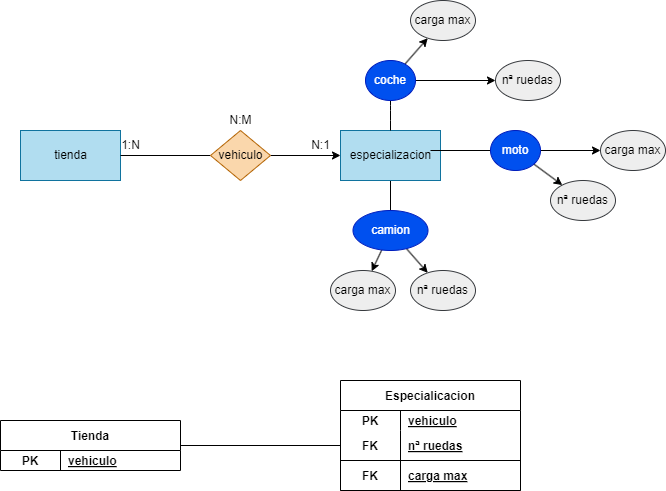
This is BAE/Tareas/Unidad2/Images/Ejercicio18.drawio.png from ResetMeNow/DAW, a draw.io export, as it was before one commit. Source tidied: cells renumbered, new cells last; positions are measured from the earlier drawing's top-left corner, leaving out a move shared by most shapes. The source it was exported from:
```xml
<mxGraphModel>
  <root>
    <mxCell id="0" />
    <mxCell id="1" parent="0" />
    <mxCell id="2" value="Especialicacion" style="shape=table;startSize=30;rowLines=0;fontStyle=1;align=center;" parent="1" vertex="1">
      <mxGeometry x="340" y="380" width="180" height="110" as="geometry" />
    </mxCell>
    <mxCell id="3" style="shape=tableRow;horizontal=0;startSize=0;swimlaneHead=0;swimlaneBody=0;fillColor=none;top=0;left=0;right=0;bottom=0;" parent="2" vertex="1">
      <mxGeometry y="30" width="180" height="20" as="geometry" />
    </mxCell>
    <mxCell id="4" value="PK" style="shape=partialRectangle;fillColor=none;top=0;left=0;bottom=0;right=0;fontStyle=1;overflow=hidden;" parent="3" vertex="1">
      <mxGeometry width="60" height="20" as="geometry" />
    </mxCell>
    <mxCell id="5" value="vehiculo" style="shape=partialRectangle;fillColor=none;top=0;left=0;bottom=0;right=0;align=left;spacingLeft=6;fontStyle=5;overflow=hidden;" parent="3" vertex="1">
      <mxGeometry x="60" width="120" height="20" as="geometry" />
    </mxCell>
    <mxCell id="6" style="shape=tableRow;horizontal=0;startSize=0;swimlaneHead=0;swimlaneBody=0;fillColor=none;points=[[0,0.5],[1,0.5]];portConstraint=eastwest;top=0;left=0;right=0;bottom=1;" parent="2" vertex="1">
      <mxGeometry y="50" width="180" height="30" as="geometry" />
    </mxCell>
    <mxCell id="7" value="FK" style="shape=partialRectangle;fillColor=none;top=0;left=0;bottom=0;right=0;fontStyle=1;overflow=hidden;" parent="6" vertex="1">
      <mxGeometry width="60" height="30" as="geometry" />
    </mxCell>
    <mxCell id="8" value="nª ruedas" style="shape=partialRectangle;fillColor=none;top=0;left=0;bottom=0;right=0;align=left;spacingLeft=6;fontStyle=5;overflow=hidden;" parent="6" vertex="1">
      <mxGeometry x="60" width="120" height="30" as="geometry" />
    </mxCell>
    <mxCell id="9" style="shape=tableRow;horizontal=0;startSize=0;swimlaneHead=0;swimlaneBody=0;fillColor=none;top=0;left=0;right=0;bottom=1;" parent="2" vertex="1">
      <mxGeometry y="80" width="180" height="30" as="geometry" />
    </mxCell>
    <mxCell id="10" value="FK" style="shape=partialRectangle;fillColor=none;top=0;left=0;bottom=0;right=0;fontStyle=1;overflow=hidden;" parent="9" vertex="1">
      <mxGeometry width="60" height="30" as="geometry" />
    </mxCell>
    <mxCell id="11" value="carga max" style="shape=partialRectangle;fillColor=none;top=0;left=0;bottom=0;right=0;align=left;spacingLeft=6;fontStyle=5;overflow=hidden;" parent="9" vertex="1">
      <mxGeometry x="60" width="120" height="30" as="geometry" />
    </mxCell>
    <mxCell id="12" value="tienda" style="html=1;dashed=0;whitespace=wrap;fillColor=#b1ddf0;strokeColor=#10739e;" parent="1" vertex="1">
      <mxGeometry x="20" y="130" width="100" height="50" as="geometry" />
    </mxCell>
    <mxCell id="13" style="edgeStyle=none;html=1;endArrow=none;endFill=0;" parent="1" edge="1" source="14" target="31">
      <mxGeometry relative="1" as="geometry" />
    </mxCell>
    <mxCell id="14" value="especializacion" style="html=1;dashed=0;whitespace=wrap;fillColor=#b1ddf0;strokeColor=#10739e;" parent="1" vertex="1">
      <mxGeometry x="340" y="130" width="100" height="50" as="geometry" />
    </mxCell>
    <mxCell id="15" style="edgeStyle=none;html=1;entryX=0;entryY=0.5;entryDx=0;entryDy=0;endArrow=classic;endFill=1;" parent="1" edge="1" source="17" target="14">
      <mxGeometry relative="1" as="geometry" />
    </mxCell>
    <mxCell id="16" style="edgeStyle=none;html=1;entryX=1;entryY=0.5;entryDx=0;entryDy=0;endArrow=none;endFill=0;" parent="1" edge="1" source="17" target="12">
      <mxGeometry relative="1" as="geometry" />
    </mxCell>
    <mxCell id="17" value="vehiculo" style="shape=rhombus;html=1;dashed=0;whitespace=wrap;perimeter=rhombusPerimeter;fillColor=#fad7ac;strokeColor=#b46504;" parent="1" vertex="1">
      <mxGeometry x="210" y="130" width="60" height="50" as="geometry" />
    </mxCell>
    <mxCell id="18" value="1:N" style="text;html=1;align=center;verticalAlign=middle;strokeColor=none;fillColor=none;" parent="1" vertex="1">
      <mxGeometry x="110" y="130" width="40" height="30" as="geometry" />
    </mxCell>
    <mxCell id="19" value="N:1" style="text;html=1;align=center;verticalAlign=middle;strokeColor=none;fillColor=none;" parent="1" vertex="1">
      <mxGeometry x="300" y="130" width="40" height="30" as="geometry" />
    </mxCell>
    <mxCell id="20" value="N:M" style="text;html=1;align=center;verticalAlign=middle;strokeColor=none;fillColor=none;" parent="1" vertex="1">
      <mxGeometry x="215" y="105" width="50" height="30" as="geometry" />
    </mxCell>
    <mxCell id="21" style="edgeStyle=none;html=1;entryX=0.9;entryY=0.4;entryDx=0;entryDy=0;entryPerimeter=0;endArrow=none;endFill=0;" parent="1" edge="1" source="24" target="14">
      <mxGeometry relative="1" as="geometry" />
    </mxCell>
    <mxCell id="22" style="edgeStyle=none;html=1;endArrow=classic;endFill=1;" parent="1" edge="1" source="24" target="34">
      <mxGeometry relative="1" as="geometry" />
    </mxCell>
    <mxCell id="23" style="edgeStyle=none;html=1;endArrow=classic;endFill=1;" parent="1" edge="1" source="24" target="35">
      <mxGeometry relative="1" as="geometry" />
    </mxCell>
    <mxCell id="24" value="moto" style="ellipse;whiteSpace=wrap;html=1;align=center;fillColor=#0050ef;strokeColor=#001DBC;fontColor=#ffffff;" parent="1" vertex="1">
      <mxGeometry x="490" y="130" width="50" height="40" as="geometry" />
    </mxCell>
    <mxCell id="25" style="edgeStyle=none;html=1;entryX=0.5;entryY=0;entryDx=0;entryDy=0;endArrow=none;endFill=0;" parent="1" edge="1" source="28" target="14">
      <mxGeometry relative="1" as="geometry">
        <Array as="points">
          <mxPoint x="390" y="110" />
        </Array>
      </mxGeometry>
    </mxCell>
    <mxCell id="26" style="edgeStyle=none;html=1;entryX=0;entryY=0.5;entryDx=0;entryDy=0;endArrow=classic;endFill=1;" parent="1" edge="1" source="28" target="32">
      <mxGeometry relative="1" as="geometry" />
    </mxCell>
    <mxCell id="27" style="edgeStyle=none;html=1;endArrow=classic;endFill=1;" parent="1" edge="1" source="28" target="33">
      <mxGeometry relative="1" as="geometry" />
    </mxCell>
    <mxCell id="28" value="coche" style="ellipse;whiteSpace=wrap;html=1;align=center;fillColor=#0050ef;strokeColor=#001DBC;fontColor=#ffffff;" parent="1" vertex="1">
      <mxGeometry x="365" y="60" width="50" height="40" as="geometry" />
    </mxCell>
    <mxCell id="29" style="edgeStyle=none;html=1;endArrow=classic;endFill=1;" parent="1" edge="1" source="31" target="37">
      <mxGeometry relative="1" as="geometry" />
    </mxCell>
    <mxCell id="30" style="edgeStyle=none;html=1;endArrow=classic;endFill=1;" parent="1" edge="1" source="31" target="36">
      <mxGeometry relative="1" as="geometry" />
    </mxCell>
    <mxCell id="31" value="camion" style="ellipse;whiteSpace=wrap;html=1;align=center;fillColor=#0050ef;strokeColor=#001DBC;fontColor=#ffffff;" parent="1" vertex="1">
      <mxGeometry x="352.5" y="210" width="75" height="40" as="geometry" />
    </mxCell>
    <mxCell id="32" value="nª ruedas" style="ellipse;whiteSpace=wrap;html=1;align=center;fillColor=#eeeeee;strokeColor=#36393d;" parent="1" vertex="1">
      <mxGeometry x="495" y="60" width="65" height="40" as="geometry" />
    </mxCell>
    <mxCell id="33" value="carga max" style="ellipse;whiteSpace=wrap;html=1;align=center;fillColor=#eeeeee;strokeColor=#36393d;" parent="1" vertex="1">
      <mxGeometry x="410" width="65" height="40" as="geometry" />
    </mxCell>
    <mxCell id="34" value="carga max" style="ellipse;whiteSpace=wrap;html=1;align=center;fillColor=#eeeeee;strokeColor=#36393d;" parent="1" vertex="1">
      <mxGeometry x="600" y="130" width="65" height="40" as="geometry" />
    </mxCell>
    <mxCell id="35" value="nª ruedas" style="ellipse;whiteSpace=wrap;html=1;align=center;fillColor=#eeeeee;strokeColor=#36393d;" parent="1" vertex="1">
      <mxGeometry x="550" y="180" width="65" height="40" as="geometry" />
    </mxCell>
    <mxCell id="36" value="nª ruedas" style="ellipse;whiteSpace=wrap;html=1;align=center;fillColor=#eeeeee;strokeColor=#36393d;" parent="1" vertex="1">
      <mxGeometry x="410" y="270" width="65" height="40" as="geometry" />
    </mxCell>
    <mxCell id="37" value="carga max" style="ellipse;whiteSpace=wrap;html=1;align=center;fillColor=#eeeeee;strokeColor=#36393d;" parent="1" vertex="1">
      <mxGeometry x="330" y="270" width="65" height="40" as="geometry" />
    </mxCell>
    <mxCell id="38" value="Tienda" style="shape=table;startSize=30;rowLines=0;fontStyle=1;align=center;" parent="1" vertex="1">
      <mxGeometry y="420" width="180" height="50" as="geometry" />
    </mxCell>
    <mxCell id="39" style="shape=tableRow;horizontal=0;startSize=0;swimlaneHead=0;swimlaneBody=0;fillColor=none;top=0;left=0;right=0;bottom=0;" parent="38" vertex="1">
      <mxGeometry y="30" width="180" height="20" as="geometry" />
    </mxCell>
    <mxCell id="40" value="PK" style="shape=partialRectangle;fillColor=none;top=0;left=0;bottom=0;right=0;fontStyle=1;overflow=hidden;" parent="39" vertex="1">
      <mxGeometry width="60" height="20" as="geometry" />
    </mxCell>
    <mxCell id="41" value="vehiculo" style="shape=partialRectangle;fillColor=none;top=0;left=0;bottom=0;right=0;align=left;spacingLeft=6;fontStyle=5;overflow=hidden;" parent="39" vertex="1">
      <mxGeometry x="60" width="120" height="20" as="geometry" />
    </mxCell>
    <mxCell id="42" style="edgeStyle=none;html=1;endArrow=none;endFill=0;" parent="1" edge="1" target="6">
      <mxGeometry relative="1" as="geometry">
        <mxPoint x="180" y="445" as="sourcePoint" />
      </mxGeometry>
    </mxCell>
  </root>
</mxGraphModel>
```
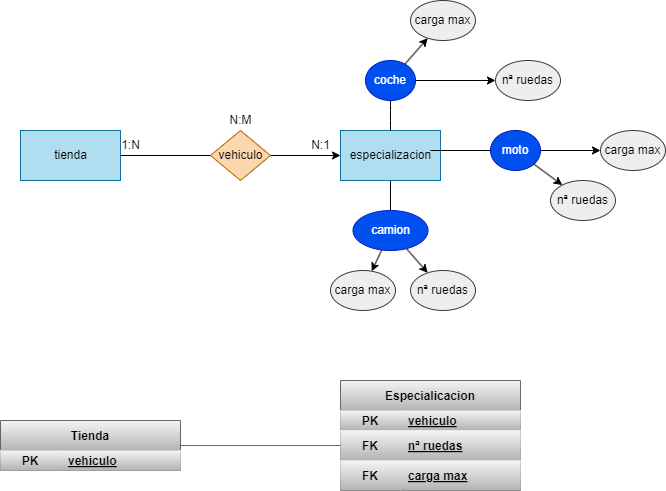
After the commit.

Diff of the diagram source:
```diff
@@ -2,34 +2,34 @@
   <root>
     <mxCell id="0" />
     <mxCell id="1" parent="0" />
-    <mxCell id="2" value="Especialicacion" style="shape=table;startSize=30;rowLines=0;fontStyle=1;align=center;" parent="1" vertex="1">
+    <mxCell id="2" value="Especialicacion" style="shape=table;startSize=30;rowLines=0;fontStyle=1;align=center;fillColor=#f5f5f5;gradientColor=#b3b3b3;strokeColor=#666666;" parent="1" vertex="1">
       <mxGeometry x="340" y="380" width="180" height="110" as="geometry" />
     </mxCell>
-    <mxCell id="3" style="shape=tableRow;horizontal=0;startSize=0;swimlaneHead=0;swimlaneBody=0;fillColor=none;top=0;left=0;right=0;bottom=0;" parent="2" vertex="1">
+    <mxCell id="3" style="shape=tableRow;horizontal=0;startSize=0;swimlaneHead=0;swimlaneBody=0;fillColor=#f5f5f5;top=0;left=0;right=0;bottom=0;gradientColor=#b3b3b3;strokeColor=#666666;" parent="2" vertex="1">
       <mxGeometry y="30" width="180" height="20" as="geometry" />
     </mxCell>
-    <mxCell id="4" value="PK" style="shape=partialRectangle;fillColor=none;top=0;left=0;bottom=0;right=0;fontStyle=1;overflow=hidden;" parent="3" vertex="1">
+    <mxCell id="4" value="PK" style="shape=partialRectangle;fillColor=#f5f5f5;top=0;left=0;bottom=0;right=0;fontStyle=1;overflow=hidden;gradientColor=#b3b3b3;strokeColor=#666666;" parent="3" vertex="1">
       <mxGeometry width="60" height="20" as="geometry" />
     </mxCell>
-    <mxCell id="5" value="vehiculo" style="shape=partialRectangle;fillColor=none;top=0;left=0;bottom=0;right=0;align=left;spacingLeft=6;fontStyle=5;overflow=hidden;" parent="3" vertex="1">
+    <mxCell id="5" value="vehiculo" style="shape=partialRectangle;fillColor=#f5f5f5;top=0;left=0;bottom=0;right=0;align=left;spacingLeft=6;fontStyle=5;overflow=hidden;gradientColor=#b3b3b3;strokeColor=#666666;" parent="3" vertex="1">
       <mxGeometry x="60" width="120" height="20" as="geometry" />
     </mxCell>
-    <mxCell id="6" style="shape=tableRow;horizontal=0;startSize=0;swimlaneHead=0;swimlaneBody=0;fillColor=none;points=[[0,0.5],[1,0.5]];portConstraint=eastwest;top=0;left=0;right=0;bottom=1;" parent="2" vertex="1">
+    <mxCell id="6" style="shape=tableRow;horizontal=0;startSize=0;swimlaneHead=0;swimlaneBody=0;fillColor=#f5f5f5;points=[[0,0.5],[1,0.5]];portConstraint=eastwest;top=0;left=0;right=0;bottom=1;gradientColor=#b3b3b3;strokeColor=#666666;" parent="2" vertex="1">
       <mxGeometry y="50" width="180" height="30" as="geometry" />
     </mxCell>
-    <mxCell id="7" value="FK" style="shape=partialRectangle;fillColor=none;top=0;left=0;bottom=0;right=0;fontStyle=1;overflow=hidden;" parent="6" vertex="1">
+    <mxCell id="7" value="FK" style="shape=partialRectangle;fillColor=#f5f5f5;top=0;left=0;bottom=0;right=0;fontStyle=1;overflow=hidden;gradientColor=#b3b3b3;strokeColor=#666666;" parent="6" vertex="1">
       <mxGeometry width="60" height="30" as="geometry" />
     </mxCell>
-    <mxCell id="8" value="nª ruedas" style="shape=partialRectangle;fillColor=none;top=0;left=0;bottom=0;right=0;align=left;spacingLeft=6;fontStyle=5;overflow=hidden;" parent="6" vertex="1">
+    <mxCell id="8" value="nª ruedas" style="shape=partialRectangle;fillColor=#f5f5f5;top=0;left=0;bottom=0;right=0;align=left;spacingLeft=6;fontStyle=5;overflow=hidden;gradientColor=#b3b3b3;strokeColor=#666666;" parent="6" vertex="1">
       <mxGeometry x="60" width="120" height="30" as="geometry" />
     </mxCell>
-    <mxCell id="9" style="shape=tableRow;horizontal=0;startSize=0;swimlaneHead=0;swimlaneBody=0;fillColor=none;top=0;left=0;right=0;bottom=1;" parent="2" vertex="1">
+    <mxCell id="9" style="shape=tableRow;horizontal=0;startSize=0;swimlaneHead=0;swimlaneBody=0;fillColor=#f5f5f5;top=0;left=0;right=0;bottom=1;gradientColor=#b3b3b3;strokeColor=#666666;" parent="2" vertex="1">
       <mxGeometry y="80" width="180" height="30" as="geometry" />
     </mxCell>
-    <mxCell id="10" value="FK" style="shape=partialRectangle;fillColor=none;top=0;left=0;bottom=0;right=0;fontStyle=1;overflow=hidden;" parent="9" vertex="1">
+    <mxCell id="10" value="FK" style="shape=partialRectangle;fillColor=#f5f5f5;top=0;left=0;bottom=0;right=0;fontStyle=1;overflow=hidden;gradientColor=#b3b3b3;strokeColor=#666666;" parent="9" vertex="1">
       <mxGeometry width="60" height="30" as="geometry" />
     </mxCell>
-    <mxCell id="11" value="carga max" style="shape=partialRectangle;fillColor=none;top=0;left=0;bottom=0;right=0;align=left;spacingLeft=6;fontStyle=5;overflow=hidden;" parent="9" vertex="1">
+    <mxCell id="11" value="carga max" style="shape=partialRectangle;fillColor=#f5f5f5;top=0;left=0;bottom=0;right=0;align=left;spacingLeft=6;fontStyle=5;overflow=hidden;gradientColor=#b3b3b3;strokeColor=#666666;" parent="9" vertex="1">
       <mxGeometry x="60" width="120" height="30" as="geometry" />
     </mxCell>
     <mxCell id="12" value="tienda" style="html=1;dashed=0;whitespace=wrap;fillColor=#b1ddf0;strokeColor=#10739e;" parent="1" vertex="1">
@@ -114,19 +114,19 @@
     <mxCell id="37" value="carga max" style="ellipse;whiteSpace=wrap;html=1;align=center;fillColor=#eeeeee;strokeColor=#36393d;" parent="1" vertex="1">
       <mxGeometry x="330" y="270" width="65" height="40" as="geometry" />
     </mxCell>
-    <mxCell id="38" value="Tienda" style="shape=table;startSize=30;rowLines=0;fontStyle=1;align=center;" parent="1" vertex="1">
+    <mxCell id="38" value="Tienda" style="shape=table;startSize=30;rowLines=0;fontStyle=1;align=center;fillColor=#f5f5f5;gradientColor=#b3b3b3;strokeColor=#666666;" parent="1" vertex="1">
       <mxGeometry y="420" width="180" height="50" as="geometry" />
     </mxCell>
-    <mxCell id="39" style="shape=tableRow;horizontal=0;startSize=0;swimlaneHead=0;swimlaneBody=0;fillColor=none;top=0;left=0;right=0;bottom=0;" parent="38" vertex="1">
+    <mxCell id="39" style="shape=tableRow;horizontal=0;startSize=0;swimlaneHead=0;swimlaneBody=0;fillColor=#f5f5f5;top=0;left=0;right=0;bottom=0;gradientColor=#b3b3b3;strokeColor=#666666;" parent="38" vertex="1">
       <mxGeometry y="30" width="180" height="20" as="geometry" />
     </mxCell>
-    <mxCell id="40" value="PK" style="shape=partialRectangle;fillColor=none;top=0;left=0;bottom=0;right=0;fontStyle=1;overflow=hidden;" parent="39" vertex="1">
+    <mxCell id="40" value="PK" style="shape=partialRectangle;fillColor=#f5f5f5;top=0;left=0;bottom=0;right=0;fontStyle=1;overflow=hidden;gradientColor=#b3b3b3;strokeColor=#666666;" parent="39" vertex="1">
       <mxGeometry width="60" height="20" as="geometry" />
     </mxCell>
-    <mxCell id="41" value="vehiculo" style="shape=partialRectangle;fillColor=none;top=0;left=0;bottom=0;right=0;align=left;spacingLeft=6;fontStyle=5;overflow=hidden;" parent="39" vertex="1">
+    <mxCell id="41" value="vehiculo" style="shape=partialRectangle;fillColor=#f5f5f5;top=0;left=0;bottom=0;right=0;align=left;spacingLeft=6;fontStyle=5;overflow=hidden;gradientColor=#b3b3b3;strokeColor=#666666;" parent="39" vertex="1">
       <mxGeometry x="60" width="120" height="20" as="geometry" />
     </mxCell>
-    <mxCell id="42" style="edgeStyle=none;html=1;endArrow=none;endFill=0;" parent="1" edge="1" target="6">
+    <mxCell id="42" style="edgeStyle=none;html=1;endArrow=none;endFill=0;fillColor=#f5f5f5;gradientColor=#b3b3b3;strokeColor=#666666;" parent="1" edge="1" target="6">
       <mxGeometry relative="1" as="geometry">
         <mxPoint x="180" y="445" as="sourcePoint" />
       </mxGeometry>
```
